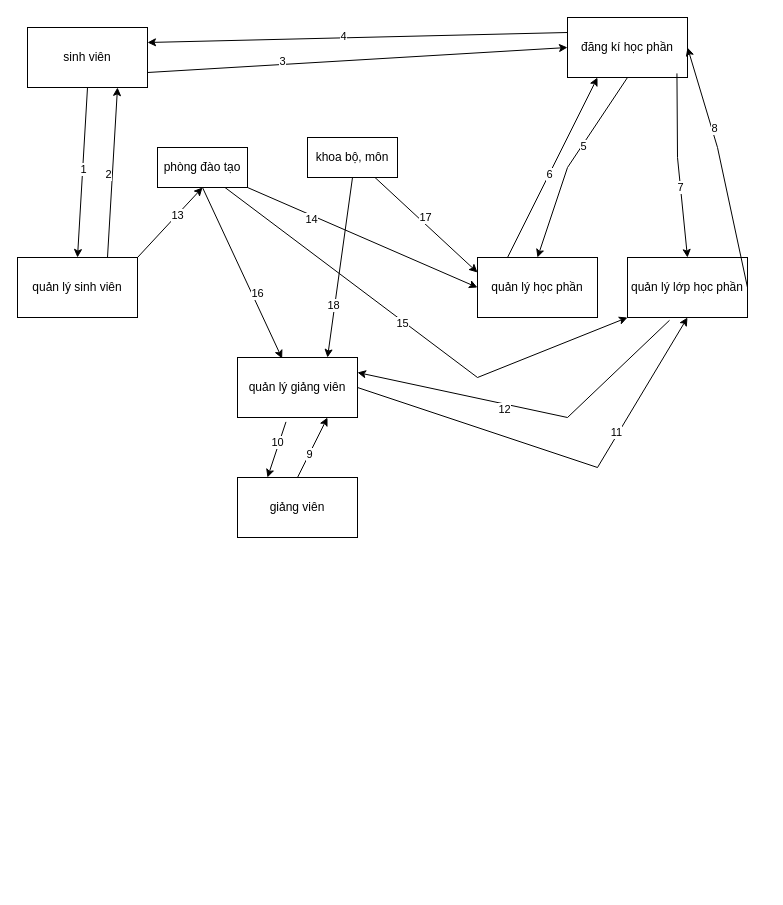
This is Css-Javascript/Untitled Diagram.drawio from tuananhdau/pro5, a draw.io file, before an edit. Source tidied: cells renumbered, new cells numbered last; positions are measured from the earlier drawing's top-left corner, leaving out a move shared by most shapes. Both pictures are drawn from the tidied source at 100%, with x=0, y=0 at pixel (17, 17).
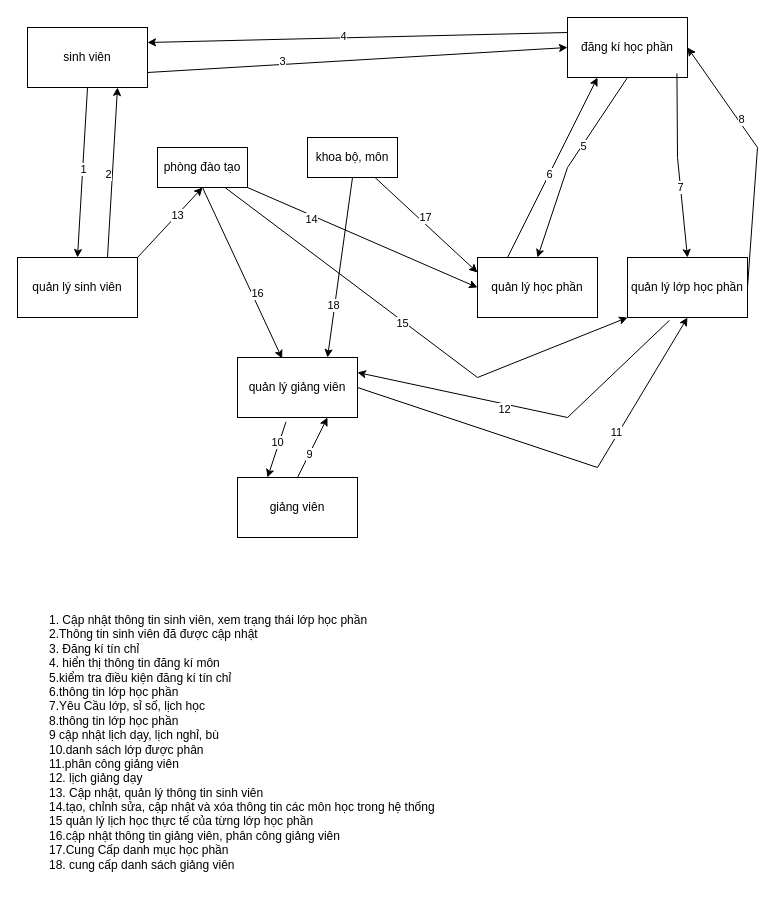
The same diagram, later.

Unchanged cells that the change refers to:
```xml
<mxCell id="9" value="đăng kí học phần" style="rounded=0;whiteSpace=wrap;html=1;" parent="1" vertex="1">
  <mxGeometry x="550" width="120" height="60" as="geometry" />
</mxCell>
<mxCell id="14" value="quản lý lớp học phần" style="rounded=0;whiteSpace=wrap;html=1;" parent="1" vertex="1">
  <mxGeometry x="610" y="240" width="120" height="60" as="geometry" />
</mxCell>
```

The edit, as a diff of the source:
```diff
@@
     <mxCell id="22" style="endArrow=classic;html=1;rounded=0;exitX=1;exitY=0.5;exitDx=0;exitDy=0;entryX=1;entryY=0.5;entryDx=0;entryDy=0;" parent="1" edge="1" source="14" target="9">
       <mxGeometry relative="1" as="geometry">
         <Array as="points">
-          <mxPoint x="700" y="130" />
+          <mxPoint x="740" y="130" />
         </Array>
       </mxGeometry>
     </mxCell>
@@
+    <mxCell id="47" value="1. Cập nhật thông tin sinh viên, xem trạng thái lớp học phần&lt;div&gt;2.Thông tin sinh viên đã được cập nhật&lt;/div&gt;&lt;div&gt;3. Đăng kí tín chỉ&lt;/div&gt;&lt;div&gt;4. hiển thị thông tin đăng kí môn&lt;/div&gt;&lt;div&gt;5.kiểm tra điều kiện đăng kí tín chỉ&lt;/div&gt;&lt;div&gt;6.thông tin lớp học phần&lt;/div&gt;&lt;div&gt;7.Yêu Cầu lớp, sỉ số, lịch học&lt;/div&gt;&lt;div&gt;8.thông tin lớp học phần&lt;/div&gt;&lt;div&gt;9 cập nhật lịch dạy, lịch nghỉ, bù&lt;/div&gt;&lt;div&gt;10.danh sách lớp được phân&lt;/div&gt;&lt;div&gt;11.phân công giảng viên&lt;/div&gt;&lt;div&gt;12. lịch giảng dạy&lt;/div&gt;&lt;div&gt;13. Cập nhật, quản lý thông tin sinh viên&lt;/div&gt;&lt;div&gt;&lt;span style=&quot;background-color: transparent; color: light-dark(rgb(0, 0, 0), rgb(255, 255, 255));&quot;&gt;14.&lt;/span&gt;&lt;span style=&quot;background-color: transparent; color: light-dark(rgb(0, 0, 0), rgb(255, 255, 255));&quot;&gt;tạo, chỉnh sửa, cập nhật và xóa thông tin các môn học&lt;/span&gt;&lt;span style=&quot;background-color: transparent; color: light-dark(rgb(0, 0, 0), rgb(255, 255, 255));&quot;&gt; trong hệ thống&lt;/span&gt;&lt;/div&gt;&lt;div&gt;&lt;span style=&quot;background-color: transparent; color: light-dark(rgb(0, 0, 0), rgb(255, 255, 255));&quot;&gt;15&amp;nbsp;&lt;/span&gt;&lt;span style=&quot;background-color: transparent; color: light-dark(rgb(0, 0, 0), rgb(255, 255, 255));&quot;&gt;quản lý lịch học thực tế của từng lớp học phần&lt;/span&gt;&lt;/div&gt;&lt;div&gt;&lt;span style=&quot;background-color: transparent; color: light-dark(rgb(0, 0, 0), rgb(255, 255, 255));&quot;&gt;16.&lt;/span&gt;&lt;span style=&quot;background-color: transparent; color: light-dark(rgb(0, 0, 0), rgb(255, 255, 255));&quot;&gt;cập nhật thông tin giảng viên, phân công giảng viên&lt;/span&gt;&lt;/div&gt;&lt;div&gt;&lt;span style=&quot;background-color: transparent; color: light-dark(rgb(0, 0, 0), rgb(255, 255, 255));&quot;&gt;17.Cung Cấp danh mục học phần&lt;/span&gt;&lt;/div&gt;&lt;div&gt;&lt;span style=&quot;background-color: transparent; color: light-dark(rgb(0, 0, 0), rgb(255, 255, 255));&quot;&gt;18. cung cấp danh sách giảng viên&lt;/span&gt;&lt;/div&gt;" style="text;html=1;align=left;verticalAlign=middle;whiteSpace=wrap;rounded=0;" parent="1" vertex="1">
+      <mxGeometry x="30" y="580" width="700" height="290" as="geometry" />
+    </mxCell>
```
